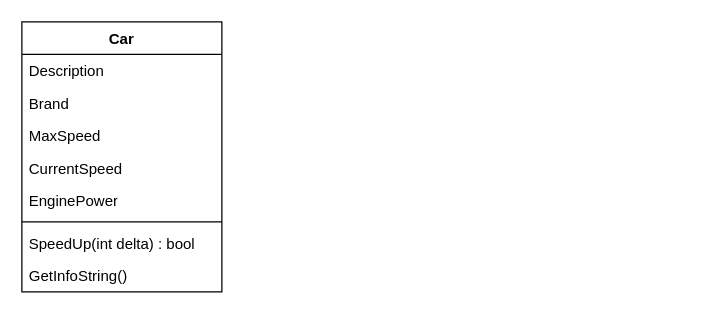
atillakati/fit_omicron_atilla keeps this draw.io diagram as page "Page-3" (3 of 3) of src/20250414/Class-Diagram-Vehicle.drawio. Above is the earlier version. Source tidied: cells renumbered, new cells numbered last; positions are measured from the earlier drawing's top-left corner, leaving out a move shared by most shapes. Both pictures are drawn from the tidied source at 125%, with x=0, y=0 at pixel (21, 21).
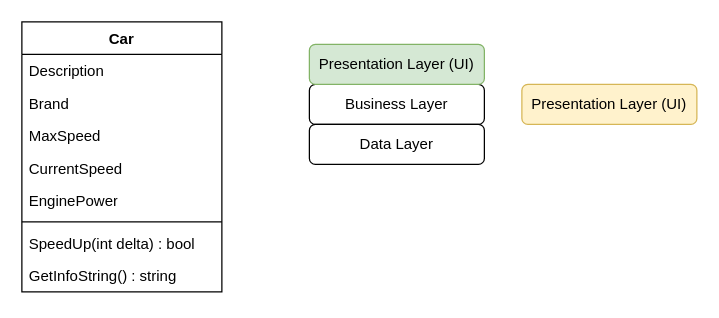
The same page after the edit.

Commit message (it also covers changes not shown here):
Start with RentalApp by refactoring existing class Vehicle into Car & some facts about using 'var'

Diff of the diagram source:
```diff
@@
 <mxGraphModel>
   <root>
     <mxCell id="0" />
     <mxCell id="1" parent="0" />
     <mxCell id="2" value="Car" style="swimlane;fontStyle=1;align=center;verticalAlign=top;horizontal=1;startSize=26;whiteSpace=wrap;html=1;" parent="1" vertex="1">
       <mxGeometry width="160" height="216" as="geometry" />
     </mxCell>
     <mxCell id="3" value="Description" style="text;strokeColor=none;fillColor=none;align=left;verticalAlign=top;spacingLeft=4;spacingRight=4;overflow=hidden;whiteSpace=wrap;html=1;" parent="2" vertex="1">
       <mxGeometry y="26" width="160" height="26" as="geometry" />
     </mxCell>
     <mxCell id="4" value="Brand" style="text;strokeColor=none;fillColor=none;align=left;verticalAlign=top;spacingLeft=4;spacingRight=4;overflow=hidden;whiteSpace=wrap;html=1;" parent="2" vertex="1">
       <mxGeometry y="52" width="160" height="26" as="geometry" />
     </mxCell>
     <mxCell id="5" value="MaxSpeed" style="text;strokeColor=none;fillColor=none;align=left;verticalAlign=top;spacingLeft=4;spacingRight=4;overflow=hidden;whiteSpace=wrap;html=1;" parent="2" vertex="1">
       <mxGeometry y="78" width="160" height="26" as="geometry" />
     </mxCell>
     <mxCell id="6" value="CurrentSpeed" style="text;strokeColor=none;fillColor=none;align=left;verticalAlign=top;spacingLeft=4;spacingRight=4;overflow=hidden;whiteSpace=wrap;html=1;" parent="2" vertex="1">
       <mxGeometry y="104" width="160" height="26" as="geometry" />
     </mxCell>
     <mxCell id="7" value="EnginePower" style="text;strokeColor=none;fillColor=none;align=left;verticalAlign=top;spacingLeft=4;spacingRight=4;overflow=hidden;whiteSpace=wrap;html=1;" parent="2" vertex="1">
       <mxGeometry y="130" width="160" height="26" as="geometry" />
     </mxCell>
     <mxCell id="8" style="line;strokeWidth=1;fillColor=none;align=left;verticalAlign=middle;spacingTop=-1;spacingLeft=3;spacingRight=3;labelPosition=right;strokeColor=inherit;" parent="2" vertex="1">
       <mxGeometry y="156" width="160" height="8" as="geometry" />
     </mxCell>
     <mxCell id="9" value="SpeedUp(int delta) : bool" style="text;strokeColor=none;fillColor=none;align=left;verticalAlign=top;spacingLeft=4;spacingRight=4;overflow=hidden;whiteSpace=wrap;html=1;" parent="2" vertex="1">
       <mxGeometry y="164" width="160" height="26" as="geometry" />
     </mxCell>
-    <mxCell id="10" value="GetInfoString()" style="text;strokeColor=none;fillColor=none;align=left;verticalAlign=top;spacingLeft=4;spacingRight=4;overflow=hidden;whiteSpace=wrap;html=1;" parent="2" vertex="1">
+    <mxCell id="10" value="GetInfoString() : string" style="text;strokeColor=none;fillColor=none;align=left;verticalAlign=top;spacingLeft=4;spacingRight=4;overflow=hidden;whiteSpace=wrap;html=1;" parent="2" vertex="1">
       <mxGeometry y="190" width="160" height="26" as="geometry" />
     </mxCell>
+    <mxCell id="11" value="Presentation Layer (UI)" style="rounded=1;whiteSpace=wrap;html=1;fillColor=#fff2cc;strokeColor=#d6b656;" parent="1" vertex="1">
+      <mxGeometry x="400" y="50" width="140" height="32" as="geometry" />
+    </mxCell>
+    <mxCell id="12" value="Business Layer" style="rounded=1;whiteSpace=wrap;html=1;" parent="1" vertex="1">
+      <mxGeometry x="230" y="50" width="140" height="32" as="geometry" />
+    </mxCell>
+    <mxCell id="13" value="Data Layer" style="rounded=1;whiteSpace=wrap;html=1;" parent="1" vertex="1">
+      <mxGeometry x="230" y="82" width="140" height="32" as="geometry" />
+    </mxCell>
+    <mxCell id="14" value="Presentation Layer (UI)" style="rounded=1;whiteSpace=wrap;html=1;fillColor=#d5e8d4;strokeColor=#82b366;" parent="1" vertex="1">
+      <mxGeometry x="230" y="18" width="140" height="32" as="geometry" />
+    </mxCell>
   </root>
 </mxGraphModel>
```
